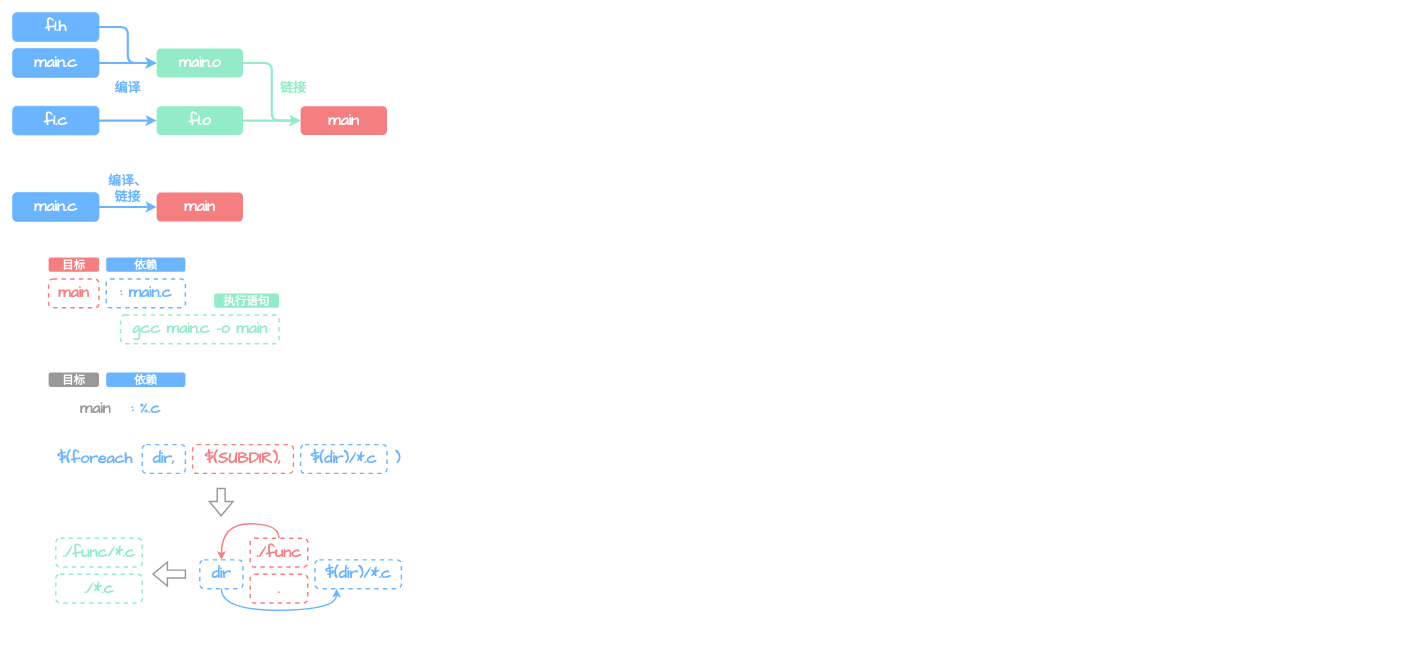
Earlier version of the draw.io diagram C Program/drawio/Makefile.drawio (FerostMask/Jotting-Down). Source tidied: cells renumbered, new cells numbered last; positions are measured from the earlier drawing's top-left corner, leaving out a move shared by most shapes. Both pictures are drawn from the tidied source at 72%, with x=0, y=0 at pixel (12, 12).
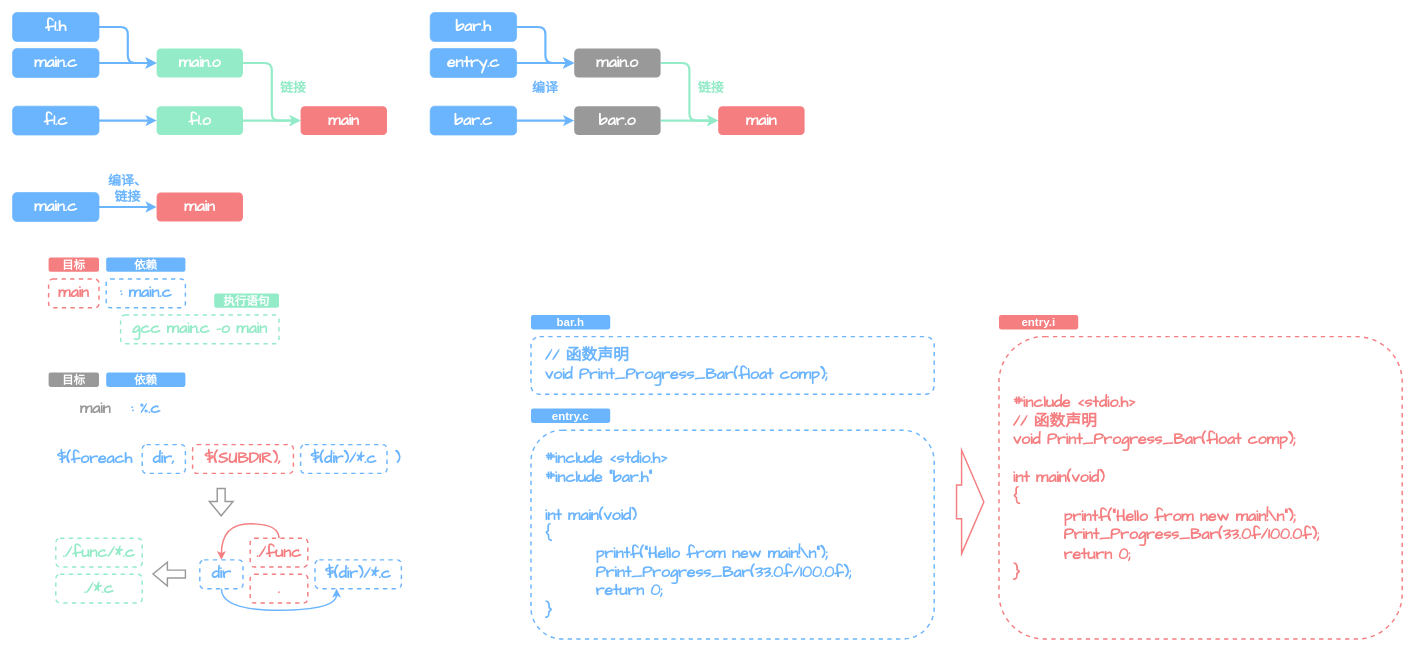
The same page after the edit.

What changed in the source:
```diff
@@
-    <mxCell id="12" value="编译" style="text;html=1;strokeColor=none;fillColor=none;align=center;verticalAlign=middle;whiteSpace=wrap;rounded=0;fontFamily=HYYouYuan;fontSize=18;fontStyle=1;fontColor=#6BB5FF;" parent="1" vertex="1">
-      <mxGeometry x="130" y="90" width="60" height="30" as="geometry" />
-    </mxCell>
@@
+    <mxCell id="44" value="&amp;nbsp; // 函数声明&lt;br&gt;&amp;nbsp; void Print_Progress_Bar(float comp);" style="rounded=1;whiteSpace=wrap;html=1;fillColor=none;strokeColor=#6BB5FF;fontStyle=1;fontFamily=Comic Sans MS;fontSize=22;fontColor=#6BB5FF;dashed=1;strokeWidth=2;align=left;" parent="1" vertex="1">
+      <mxGeometry x="720" y="450" width="560" height="80" as="geometry" />
+    </mxCell>
+    <mxCell id="45" value="bar.h" style="text;html=1;strokeColor=none;fillColor=#6BB5FF;align=center;verticalAlign=middle;whiteSpace=wrap;rounded=1;fontSize=16;fontFamily=HYYouYuan;fontColor=#FFFFFF;fontStyle=1;" parent="1" vertex="1">
+      <mxGeometry x="720" y="420" width="110" height="20" as="geometry" />
+    </mxCell>
+    <mxCell id="46" value="&lt;div&gt;&amp;nbsp; #include &amp;lt;stdio.h&amp;gt;&lt;/div&gt;&lt;div&gt;&amp;nbsp; #include &quot;bar.h&quot;&lt;/div&gt;&lt;div&gt;&amp;nbsp;&amp;nbsp;&lt;/div&gt;&lt;div&gt;&amp;nbsp; int main(void)&lt;/div&gt;&lt;div&gt;&amp;nbsp; {&lt;/div&gt;&lt;div&gt;&amp;nbsp; &amp;nbsp; &amp;nbsp; &amp;nbsp; &amp;nbsp; printf(&quot;Hello from new main!\n&quot;);&lt;/div&gt;&lt;div&gt;&amp;nbsp; &amp;nbsp; &amp;nbsp; &amp;nbsp; &amp;nbsp; Print_Progress_Bar(33.0f/100.0f);&lt;/div&gt;&lt;div&gt;&amp;nbsp; &amp;nbsp; &amp;nbsp; &amp;nbsp; &amp;nbsp; return 0;&lt;/div&gt;&lt;div&gt;&amp;nbsp; }&lt;/div&gt;" style="rounded=1;whiteSpace=wrap;html=1;fillColor=none;strokeColor=#6BB5FF;fontStyle=1;fontFamily=Comic Sans MS;fontSize=22;fontColor=#6BB5FF;dashed=1;strokeWidth=2;align=left;" parent="1" vertex="1">
+      <mxGeometry x="720" y="580" width="560" height="290" as="geometry" />
+    </mxCell>
+    <mxCell id="47" value="entry.c" style="text;html=1;strokeColor=none;fillColor=#6BB5FF;align=center;verticalAlign=middle;whiteSpace=wrap;rounded=1;fontSize=16;fontFamily=HYYouYuan;fontColor=#FFFFFF;fontStyle=1;" parent="1" vertex="1">
+      <mxGeometry x="720" y="550" width="110" height="20" as="geometry" />
+    </mxCell>
+    <mxCell id="48" style="shape=flexArrow;endArrow=classic;html=1;rounded=0;strokeColor=#F57E80;strokeWidth=2;endWidth=94.86111111111111;endSize=9.658333333333333;width=45.833333333333336;" parent="1" edge="1">
+      <mxGeometry relative="1" as="geometry">
+        <mxPoint x="1310" y="679.6" as="sourcePoint" />
+        <mxPoint x="1350" y="679.6" as="targetPoint" />
+      </mxGeometry>
+    </mxCell>
+    <mxCell id="49" value="&lt;div&gt;&amp;nbsp; #include &amp;lt;stdio.h&amp;gt;&lt;/div&gt;&lt;div&gt;&lt;font color=&quot;#f57e80&quot;&gt;&amp;nbsp;&lt;/font&gt; // 函数声明&lt;/div&gt;&lt;div&gt;&amp;nbsp; void Print_Progress_Bar(float comp);&lt;/div&gt;&lt;div&gt;&amp;nbsp;&amp;nbsp;&lt;/div&gt;&lt;div&gt;&amp;nbsp; int main(void)&lt;/div&gt;&lt;div&gt;&amp;nbsp; {&lt;/div&gt;&lt;div&gt;&amp;nbsp; &amp;nbsp; &amp;nbsp; &amp;nbsp; &amp;nbsp; printf(&quot;Hello from new main!\n&quot;);&lt;/div&gt;&lt;div&gt;&amp;nbsp; &amp;nbsp; &amp;nbsp; &amp;nbsp; &amp;nbsp; Print_Progress_Bar(33.0f/100.0f);&lt;/div&gt;&lt;div&gt;&amp;nbsp; &amp;nbsp; &amp;nbsp; &amp;nbsp; &amp;nbsp; return 0;&lt;/div&gt;&lt;div&gt;&amp;nbsp; }&lt;/div&gt;" style="rounded=1;whiteSpace=wrap;html=1;fillColor=none;strokeColor=#F57E80;fontStyle=1;fontFamily=Comic Sans MS;fontSize=22;fontColor=#F57E80;dashed=1;strokeWidth=2;align=left;" parent="1" vertex="1">
+      <mxGeometry x="1370" y="450" width="560" height="420" as="geometry" />
+    </mxCell>
+    <mxCell id="50" value="entry.i" style="text;html=1;strokeColor=none;fillColor=#F57E80;align=center;verticalAlign=middle;whiteSpace=wrap;rounded=1;fontSize=16;fontFamily=HYYouYuan;fontColor=#FFFFFF;fontStyle=1;" parent="1" vertex="1">
+      <mxGeometry x="1370" y="420" width="110" height="20" as="geometry" />
+    </mxCell>
+    <mxCell id="51" style="edgeStyle=orthogonalEdgeStyle;rounded=0;jettySize=auto;html=1;exitX=1;exitY=0.5;exitDx=0;exitDy=0;entryX=0;entryY=0.5;entryDx=0;entryDy=0;strokeColor=#6BB5FF;strokeWidth=3;" parent="1" edge="1" source="52" target="56">
+      <mxGeometry relative="1" as="geometry" />
+    </mxCell>
+    <mxCell id="52" value="entry.c" style="rounded=1;whiteSpace=wrap;html=1;fillColor=#6BB5FF;strokeColor=#6BB5FF;fontStyle=1;fontFamily=Comic Sans MS;fontSize=22;fontColor=#FFFFFF;" parent="1" vertex="1">
+      <mxGeometry x="580" y="50" width="120" height="40" as="geometry" />
+    </mxCell>
+    <mxCell id="53" style="edgeStyle=orthogonalEdgeStyle;rounded=0;jettySize=auto;html=1;exitX=1;exitY=0.5;exitDx=0;exitDy=0;entryX=0;entryY=0.5;entryDx=0;entryDy=0;strokeColor=#6BB5FF;strokeWidth=3;" parent="1" edge="1" source="54" target="60">
+      <mxGeometry relative="1" as="geometry" />
+    </mxCell>
+    <mxCell id="54" value="bar.c" style="rounded=1;whiteSpace=wrap;html=1;fillColor=#6BB5FF;strokeColor=#6BB5FF;fontStyle=1;fontFamily=Comic Sans MS;fontSize=22;fontColor=#FFFFFF;" parent="1" vertex="1">
+      <mxGeometry x="580" y="130" width="120" height="40" as="geometry" />
+    </mxCell>
+    <mxCell id="55" style="edgeStyle=orthogonalEdgeStyle;rounded=1;jettySize=auto;html=1;exitX=1;exitY=0.5;exitDx=0;exitDy=0;entryX=0;entryY=0.5;entryDx=0;entryDy=0;strokeColor=#94EBC8;strokeWidth=3;fontFamily=HYYouYuan;fontSize=18;fontColor=#6BB5FF;" parent="1" edge="1" source="56" target="61">
+      <mxGeometry relative="1" as="geometry" />
+    </mxCell>
+    <mxCell id="56" value="main.o" style="rounded=1;whiteSpace=wrap;html=1;fillColor=#999999;strokeColor=none;fontStyle=1;fontFamily=Comic Sans MS;fontSize=22;fontColor=#FFFFFF;" parent="1" vertex="1">
+      <mxGeometry x="780" y="50" width="120" height="40" as="geometry" />
+    </mxCell>
+    <mxCell id="57" style="edgeStyle=orthogonalEdgeStyle;rounded=1;jettySize=auto;html=1;exitX=1;exitY=0.5;exitDx=0;exitDy=0;entryX=0;entryY=0.5;entryDx=0;entryDy=0;strokeColor=#6BB5FF;strokeWidth=3;" parent="1" edge="1" source="58" target="56">
+      <mxGeometry relative="1" as="geometry" />
+    </mxCell>
+    <mxCell id="58" value="bar.h" style="rounded=1;whiteSpace=wrap;html=1;fillColor=#6BB5FF;strokeColor=#6BB5FF;fontStyle=1;fontFamily=Comic Sans MS;fontSize=22;fontColor=#FFFFFF;" parent="1" vertex="1">
+      <mxGeometry x="580" width="120" height="40" as="geometry" />
+    </mxCell>
+    <mxCell id="59" style="edgeStyle=orthogonalEdgeStyle;rounded=1;jettySize=auto;html=1;exitX=1;exitY=0.5;exitDx=0;exitDy=0;strokeColor=#94EBC8;strokeWidth=3;fontFamily=HYYouYuan;fontSize=18;fontColor=#6BB5FF;" parent="1" edge="1" source="60">
+      <mxGeometry relative="1" as="geometry">
+        <mxPoint x="980" y="150" as="targetPoint" />
+      </mxGeometry>
+    </mxCell>
+    <mxCell id="60" value="bar.o" style="rounded=1;whiteSpace=wrap;html=1;fillColor=#999999;strokeColor=none;fontStyle=1;fontFamily=Comic Sans MS;fontSize=22;fontColor=#FFFFFF;" parent="1" vertex="1">
+      <mxGeometry x="780" y="130" width="120" height="40" as="geometry" />
+    </mxCell>
+    <mxCell id="61" value="main" style="rounded=1;whiteSpace=wrap;html=1;fillColor=#F57E80;strokeColor=none;fontStyle=1;fontFamily=Comic Sans MS;fontSize=22;fontColor=#FFFFFF;" parent="1" vertex="1">
+      <mxGeometry x="980" y="130" width="120" height="40" as="geometry" />
+    </mxCell>
+    <mxCell id="62" value="链接" style="text;html=1;strokeColor=none;fillColor=none;align=center;verticalAlign=middle;whiteSpace=wrap;rounded=0;fontFamily=HYYouYuan;fontSize=18;fontStyle=1;fontColor=#94EBC8;" parent="1" vertex="1">
+      <mxGeometry x="940" y="90" width="60" height="30" as="geometry" />
+    </mxCell>
+    <mxCell id="12" value="编译" style="text;html=1;strokeColor=none;fillColor=none;align=center;verticalAlign=middle;whiteSpace=wrap;rounded=0;fontFamily=HYYouYuan;fontSize=18;fontStyle=1;fontColor=#6BB5FF;" parent="1" vertex="1">
+      <mxGeometry x="710" y="90" width="60" height="30" as="geometry" />
+    </mxCell>
```
